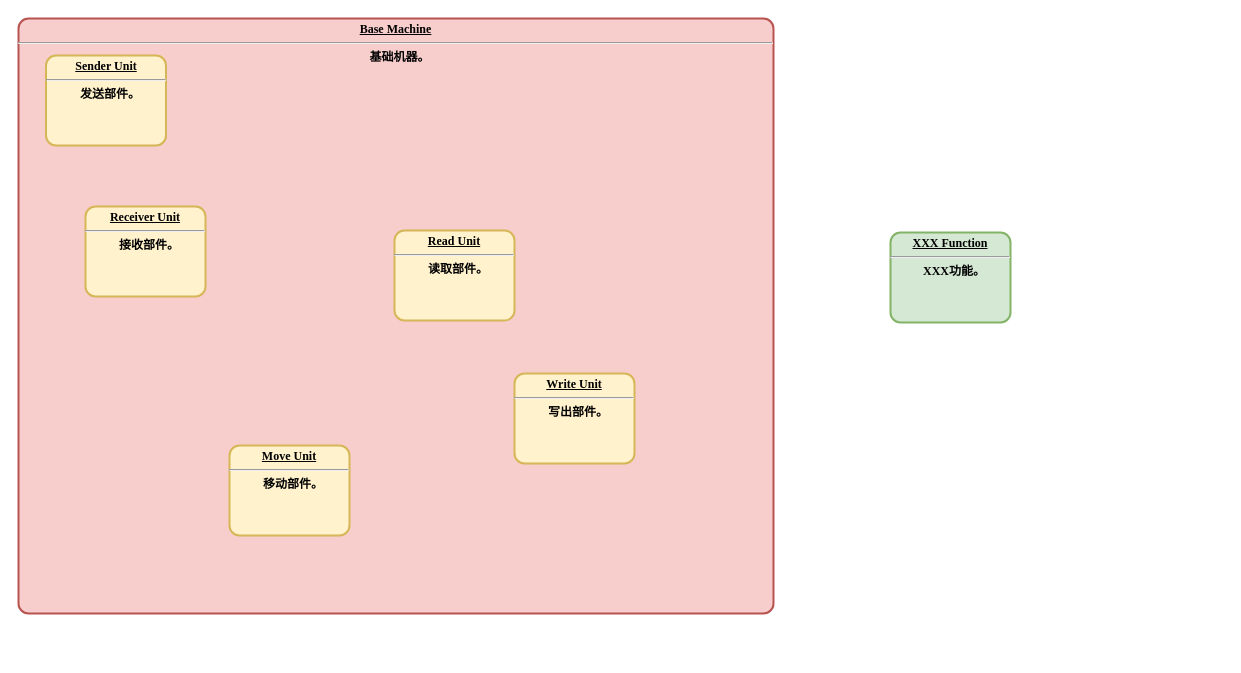
The draw.io diagram page "Machine运作引擎" (4 of 8) of Analyse/总体分析框架.drawio in EntelechySystem/EntelechySystem_theory, before the edit. Source tidied: cells renumbered, new cells numbered last; positions are measured from the earlier drawing's top-left corner, leaving out a move shared by most shapes. Both pictures are drawn from the tidied source at 100%, with x=0, y=0 at pixel (18, 18).
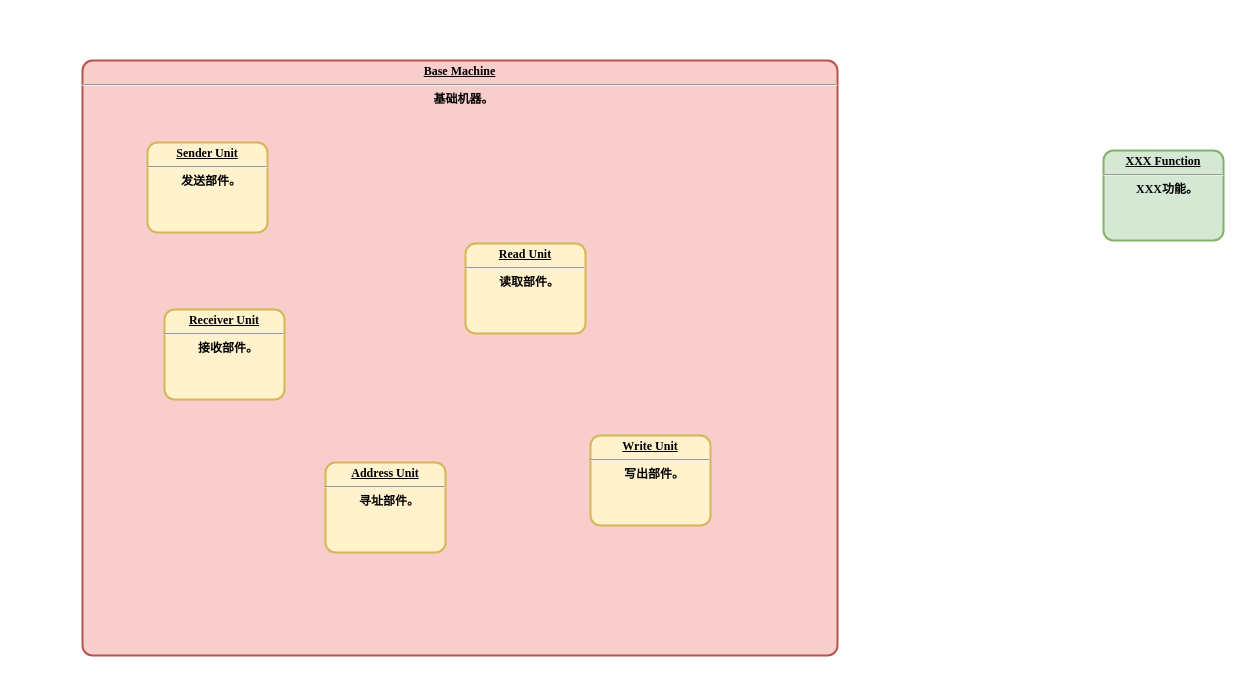
After the change.

Change to the diagram source:
```diff
@@
 <mxGraphModel>
   <root>
     <mxCell id="0" />
     <mxCell id="1" parent="0" />
     <mxCell id="2" value="&lt;p style=&quot;margin: 0px; margin-top: 4px; text-align: center; text-decoration: underline;&quot;&gt;&lt;strong&gt;XXX Function&lt;br&gt;&lt;/strong&gt;&lt;/p&gt;&lt;hr&gt;&lt;p style=&quot;margin: 0px; margin-left: 8px;&quot;&gt;XXX功能。&lt;/p&gt;" style="verticalAlign=middle;align=center;overflow=fill;fontSize=12;fontFamily=Times New Roman;html=1;rounded=1;fontStyle=1;strokeWidth=2;fillColor=#d5e8d4;whiteSpace=wrap;absoluteArcSize=1;strokeColor=#82b366;" parent="1" vertex="1">
-      <mxGeometry x="872" y="214" width="120" height="90" as="geometry" />
+      <mxGeometry x="1085" y="132" width="120" height="90" as="geometry" />
     </mxCell>
     <mxCell id="3" value="&lt;p style=&quot;margin: 0px; margin-top: 4px; text-align: center; text-decoration: underline;&quot;&gt;&lt;strong&gt;Base Machine&lt;br&gt;&lt;/strong&gt;&lt;/p&gt;&lt;hr&gt;&lt;p style=&quot;margin: 0px; margin-left: 8px;&quot;&gt;基础机器。&lt;/p&gt;" style="verticalAlign=middle;align=center;overflow=fill;fontSize=12;fontFamily=Times New Roman;html=1;rounded=1;fontStyle=1;strokeWidth=2;fillColor=#f8cecc;whiteSpace=wrap;absoluteArcSize=1;strokeColor=#b85450;" parent="1" vertex="1">
-      <mxGeometry width="755" height="595" as="geometry" />
+      <mxGeometry x="64" y="42" width="755" height="595" as="geometry" />
     </mxCell>
     <mxCell id="4" value="&lt;p style=&quot;margin: 0px; margin-top: 4px; text-align: center; text-decoration: underline;&quot;&gt;&lt;strong&gt;Sender Unit&lt;/strong&gt;&lt;/p&gt;&lt;hr&gt;&lt;p style=&quot;margin: 0px; margin-left: 8px;&quot;&gt;发送部件。&lt;/p&gt;" style="verticalAlign=middle;align=center;overflow=fill;fontSize=12;fontFamily=Times New Roman;html=1;rounded=1;fontStyle=1;strokeWidth=2;fillColor=#fff2cc;whiteSpace=wrap;absoluteArcSize=1;strokeColor=#d6b656;" parent="3" vertex="1">
-      <mxGeometry x="27.5" y="37" width="120" height="90" as="geometry" />
+      <mxGeometry x="65" y="82" width="120" height="90" as="geometry" />
     </mxCell>
     <mxCell id="5" value="&lt;p style=&quot;margin: 0px; margin-top: 4px; text-align: center; text-decoration: underline;&quot;&gt;&lt;strong&gt;Receiver Unit&lt;/strong&gt;&lt;/p&gt;&lt;hr&gt;&lt;p style=&quot;margin: 0px; margin-left: 8px;&quot;&gt;接收部件。&lt;/p&gt;" style="verticalAlign=middle;align=center;overflow=fill;fontSize=12;fontFamily=Times New Roman;html=1;rounded=1;fontStyle=1;strokeWidth=2;fillColor=#fff2cc;whiteSpace=wrap;absoluteArcSize=1;strokeColor=#d6b656;" parent="3" vertex="1">
-      <mxGeometry x="67" y="188" width="120" height="90" as="geometry" />
+      <mxGeometry x="82" y="249" width="120" height="90" as="geometry" />
     </mxCell>
-    <mxCell id="6" value="&lt;p style=&quot;margin: 0px; margin-top: 4px; text-align: center; text-decoration: underline;&quot;&gt;&lt;strong&gt;Move Unit&lt;/strong&gt;&lt;/p&gt;&lt;hr&gt;&lt;p style=&quot;margin: 0px; margin-left: 8px;&quot;&gt;移动部件。&lt;/p&gt;" style="verticalAlign=middle;align=center;overflow=fill;fontSize=12;fontFamily=Times New Roman;html=1;rounded=1;fontStyle=1;strokeWidth=2;fillColor=#fff2cc;whiteSpace=wrap;absoluteArcSize=1;strokeColor=#d6b656;" parent="3" vertex="1">
-      <mxGeometry x="211" y="427" width="120" height="90" as="geometry" />
+    <mxCell id="6" value="&lt;p style=&quot;margin: 0px; margin-top: 4px; text-align: center; text-decoration: underline;&quot;&gt;&lt;strong&gt;Address Unit&lt;/strong&gt;&lt;/p&gt;&lt;hr&gt;&lt;p style=&quot;margin: 0px; margin-left: 8px;&quot;&gt;寻址部件。&lt;/p&gt;" style="verticalAlign=middle;align=center;overflow=fill;fontSize=12;fontFamily=Times New Roman;html=1;rounded=1;fontStyle=1;strokeWidth=2;fillColor=#fff2cc;whiteSpace=wrap;absoluteArcSize=1;strokeColor=#d6b656;" parent="3" vertex="1">
+      <mxGeometry x="243" y="402" width="120" height="90" as="geometry" />
     </mxCell>
     <mxCell id="7" value="&lt;p style=&quot;margin: 0px; margin-top: 4px; text-align: center; text-decoration: underline;&quot;&gt;&lt;strong&gt;Read Unit&lt;/strong&gt;&lt;/p&gt;&lt;hr&gt;&lt;p style=&quot;margin: 0px; margin-left: 8px;&quot;&gt;读取部件。&lt;/p&gt;" style="verticalAlign=middle;align=center;overflow=fill;fontSize=12;fontFamily=Times New Roman;html=1;rounded=1;fontStyle=1;strokeWidth=2;fillColor=#fff2cc;whiteSpace=wrap;absoluteArcSize=1;strokeColor=#d6b656;" parent="3" vertex="1">
-      <mxGeometry x="376" y="212" width="120" height="90" as="geometry" />
+      <mxGeometry x="383" y="183" width="120" height="90" as="geometry" />
     </mxCell>
     <mxCell id="8" value="&lt;p style=&quot;margin: 0px; margin-top: 4px; text-align: center; text-decoration: underline;&quot;&gt;&lt;strong&gt;Write Unit&lt;/strong&gt;&lt;/p&gt;&lt;hr&gt;&lt;p style=&quot;margin: 0px; margin-left: 8px;&quot;&gt;写出部件。&lt;/p&gt;" style="verticalAlign=middle;align=center;overflow=fill;fontSize=12;fontFamily=Times New Roman;html=1;rounded=1;fontStyle=1;strokeWidth=2;fillColor=#fff2cc;whiteSpace=wrap;absoluteArcSize=1;strokeColor=#d6b656;" parent="3" vertex="1">
-      <mxGeometry x="496" y="355" width="120" height="90" as="geometry" />
+      <mxGeometry x="508" y="375" width="120" height="90" as="geometry" />
     </mxCell>
   </root>
 </mxGraphModel>
```
